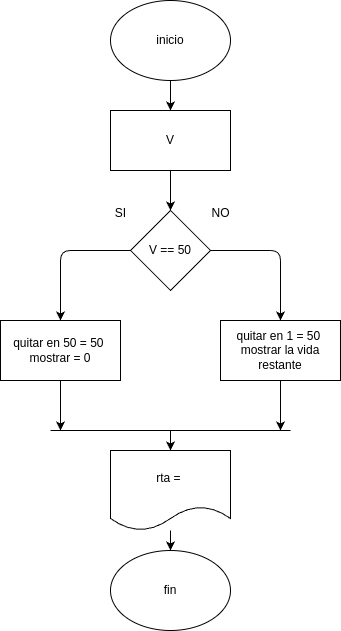
Above: ejercicio 2/diagrama.png in robinsoncortes-ops/Taller_instrucci-n_repetitiva (draw.io), before the change. Source tidied: cells renumbered, new cells last; positions are measured from the earlier drawing's top-left corner, leaving out a move shared by most shapes.
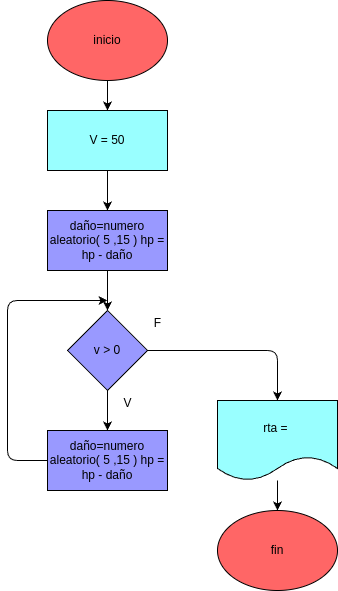
Above is the later version.

Commit message:
Se actualizo el README con análisis y diseño

The edit, as a diff of the source:
```diff
@@ -5,74 +5,60 @@
     <mxCell id="2" style="edgeStyle=none;html=1;" parent="1" edge="1" source="3" target="5">
       <mxGeometry relative="1" as="geometry" />
     </mxCell>
-    <mxCell id="3" value="inicio" style="ellipse;whiteSpace=wrap;html=1;" parent="1" vertex="1">
+    <mxCell id="3" value="inicio" style="ellipse;whiteSpace=wrap;html=1;fillColor=#FF6666;" parent="1" vertex="1">
       <mxGeometry x="110" width="120" height="80" as="geometry" />
     </mxCell>
-    <mxCell id="4" style="edgeStyle=none;html=1;entryX=0.5;entryY=0;entryDx=0;entryDy=0;" parent="1" edge="1" source="5" target="8">
-      <mxGeometry relative="1" as="geometry" />
-    </mxCell>
+    <mxCell id="15" style="edgeStyle=none;html=1;" parent="1" edge="1" source="5" target="12">
+      <mxGeometry relative="1" as="geometry" />
+    </mxCell>
-    <mxCell id="5" value="V" style="rounded=0;whiteSpace=wrap;html=1;" parent="1" vertex="1">
+    <mxCell id="5" value="V = 50" style="rounded=0;whiteSpace=wrap;html=1;fillColor=#99FFFF;" parent="1" vertex="1">
       <mxGeometry x="110" y="110" width="120" height="60" as="geometry" />
     </mxCell>
     <mxCell id="6" style="edgeStyle=none;html=1;entryX=0.5;entryY=0;entryDx=0;entryDy=0;" parent="1" edge="1" source="8" target="14">
-      <mxGeometry relative="1" as="geometry">
-        <Array as="points">
-          <mxPoint x="280" y="250" />
-        </Array>
-      </mxGeometry>
+      <mxGeometry relative="1" as="geometry" />
     </mxCell>
-    <mxCell id="7" style="edgeStyle=none;html=1;entryX=0.5;entryY=0;entryDx=0;entryDy=0;" parent="1" edge="1" source="8" target="12">
-      <mxGeometry relative="1" as="geometry">
-        <Array as="points">
-          <mxPoint x="60" y="250" />
-        </Array>
-      </mxGeometry>
-    </mxCell>
+    <mxCell id="20" style="edgeStyle=none;html=1;entryX=0.5;entryY=0;entryDx=0;entryDy=0;" parent="1" edge="1" source="8" target="16">
+      <mxGeometry relative="1" as="geometry">
+        <Array as="points">
+          <mxPoint x="340" y="350" />
+        </Array>
+      </mxGeometry>
+    </mxCell>
-    <mxCell id="8" value="V == 50" style="rhombus;whiteSpace=wrap;html=1;" parent="1" vertex="1">
-      <mxGeometry x="130" y="210" width="80" height="80" as="geometry" />
+    <mxCell id="8" value="v &amp;gt; 0" style="rhombus;whiteSpace=wrap;html=1;fillColor=#9999FF;" parent="1" vertex="1">
+      <mxGeometry x="130" y="310" width="80" height="80" as="geometry" />
     </mxCell>
-    <mxCell id="9" value="SI" style="text;html=1;align=center;verticalAlign=middle;strokeColor=none;fillColor=none;" parent="1" vertex="1">
-      <mxGeometry x="105" y="198" width="30" height="30" as="geometry" />
-    </mxCell>
-    <mxCell id="10" value="NO" style="text;html=1;align=center;verticalAlign=middle;strokeColor=none;fillColor=none;" parent="1" vertex="1">
-      <mxGeometry x="200" y="198" width="40" height="30" as="geometry" />
-    </mxCell>
-    <mxCell id="11" style="edgeStyle=none;html=1;" parent="1" edge="1" source="12">
-      <mxGeometry relative="1" as="geometry">
-        <mxPoint x="60" y="430" as="targetPoint" />
-      </mxGeometry>
-    </mxCell>
+    <mxCell id="21" style="edgeStyle=none;html=1;entryX=0.5;entryY=0;entryDx=0;entryDy=0;" parent="1" edge="1" source="12" target="8">
+      <mxGeometry relative="1" as="geometry" />
+    </mxCell>
-    <mxCell id="12" value="quitar en 50 = 50&amp;nbsp;&lt;div&gt;mostrar = 0&lt;/div&gt;" style="rounded=0;whiteSpace=wrap;html=1;" parent="1" vertex="1">
-      <mxGeometry y="320" width="120" height="60" as="geometry" />
+    <mxCell id="12" value="daño=numero aleatorio( 5 ,15 ) hp = hp - daño" style="rounded=0;whiteSpace=wrap;html=1;fillColor=#9999FF;" parent="1" vertex="1">
+      <mxGeometry x="110" y="210" width="120" height="60" as="geometry" />
     </mxCell>
-    <mxCell id="13" style="edgeStyle=none;html=1;" parent="1" edge="1" source="14">
-      <mxGeometry relative="1" as="geometry">
-        <mxPoint x="280" y="430" as="targetPoint" />
-      </mxGeometry>
-    </mxCell>
+    <mxCell id="22" style="edgeStyle=none;html=1;" parent="1" edge="1" source="14">
+      <mxGeometry relative="1" as="geometry">
+        <mxPoint x="170" y="300" as="targetPoint" />
+        <Array as="points">
+          <mxPoint x="70" y="460" />
+          <mxPoint x="70" y="300" />
+        </Array>
+      </mxGeometry>
+    </mxCell>
-    <mxCell id="14" value="quitar en 1 = 50&amp;nbsp;&lt;div&gt;mostrar la vida restante&lt;/div&gt;" style="rounded=0;whiteSpace=wrap;html=1;" parent="1" vertex="1">
-      <mxGeometry x="220" y="320" width="120" height="60" as="geometry" />
+    <mxCell id="14" value="&lt;span style=&quot;color: rgb(0, 0, 0);&quot;&gt;daño=numero aleatorio( 5 ,15 ) hp = hp - daño&lt;/span&gt;" style="rounded=0;whiteSpace=wrap;html=1;fillColor=#9999FF;" parent="1" vertex="1">
+      <mxGeometry x="110" y="430" width="120" height="60" as="geometry" />
     </mxCell>
-    <mxCell id="15" style="edgeStyle=none;html=1;entryX=0.5;entryY=0;entryDx=0;entryDy=0;" parent="1" edge="1" source="16" target="17">
-      <mxGeometry relative="1" as="geometry" />
-    </mxCell>
+    <mxCell id="23" style="edgeStyle=none;html=1;" parent="1" edge="1" source="16" target="17">
+      <mxGeometry relative="1" as="geometry" />
+    </mxCell>
-    <mxCell id="16" value="rta =&amp;nbsp;" style="shape=document;whiteSpace=wrap;html=1;boundedLbl=1;" parent="1" vertex="1">
-      <mxGeometry x="110" y="450" width="120" height="80" as="geometry" />
+    <mxCell id="16" value="rta =&amp;nbsp;" style="shape=document;whiteSpace=wrap;html=1;boundedLbl=1;fillColor=#99FFFF;" parent="1" vertex="1">
+      <mxGeometry x="280" y="400" width="120" height="80" as="geometry" />
     </mxCell>
-    <mxCell id="17" value="fin" style="ellipse;whiteSpace=wrap;html=1;" parent="1" vertex="1">
-      <mxGeometry x="110" y="550" width="120" height="80" as="geometry" />
+    <mxCell id="17" value="fin" style="ellipse;whiteSpace=wrap;html=1;fillColor=#FF6666;" parent="1" vertex="1">
+      <mxGeometry x="280" y="510" width="120" height="80" as="geometry" />
     </mxCell>
-    <mxCell id="18" style="endArrow=none;html=1;" parent="1" edge="1">
-      <mxGeometry relative="1" as="geometry">
-        <mxPoint x="50" y="430" as="sourcePoint" />
-        <mxPoint x="290" y="430" as="targetPoint" />
-      </mxGeometry>
-    </mxCell>
-    <mxCell id="19" style="endArrow=classic;html=1;" parent="1" edge="1">
-      <mxGeometry relative="1" as="geometry">
-        <mxPoint x="170" y="430" as="sourcePoint" />
-        <mxPoint x="170" y="450" as="targetPoint" />
-      </mxGeometry>
-    </mxCell>
+    <mxCell id="24" value="F" style="text;html=1;align=center;verticalAlign=middle;strokeColor=none;fillColor=none;" parent="1" vertex="1">
+      <mxGeometry x="205" y="308" width="30" height="30" as="geometry" />
+    </mxCell>
+    <mxCell id="25" value="V" style="text;html=1;align=center;verticalAlign=middle;strokeColor=none;fillColor=none;" parent="1" vertex="1">
+      <mxGeometry x="175" y="388" width="30" height="30" as="geometry" />
+    </mxCell>
   </root>
 </mxGraphModel>
```
